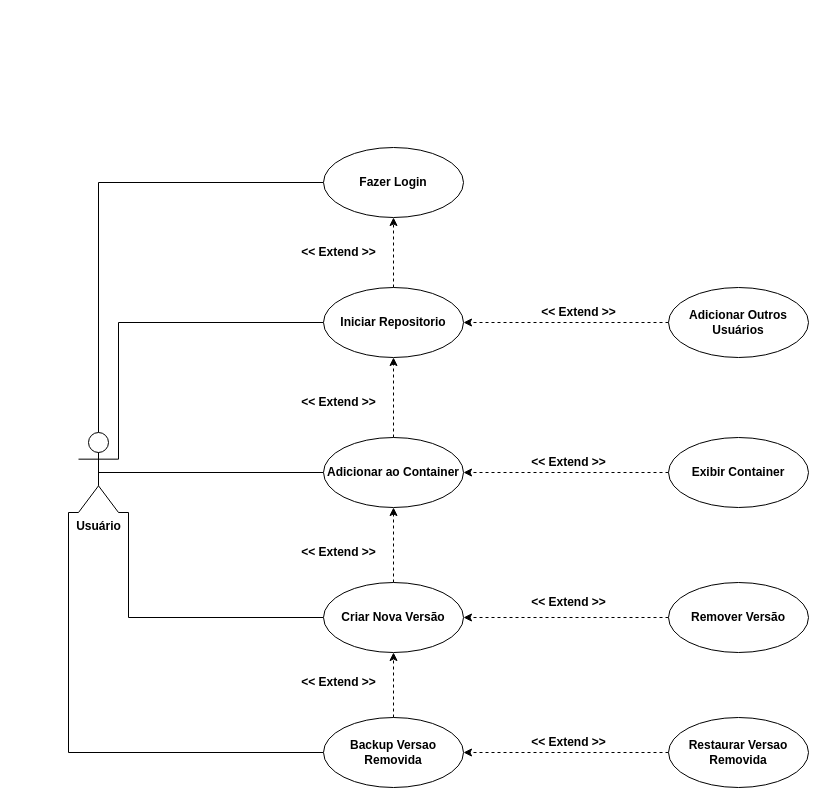
Earlier version of the draw.io diagram entrega/Untitled Diagram.drawio (devArchetype/CodeHub). Source tidied: cells renumbered, new cells numbered last; positions are measured from the earlier drawing's top-left corner, leaving out a move shared by most shapes. Both pictures are drawn from the tidied source at 100%, with x=0, y=0 at pixel (68, 147).
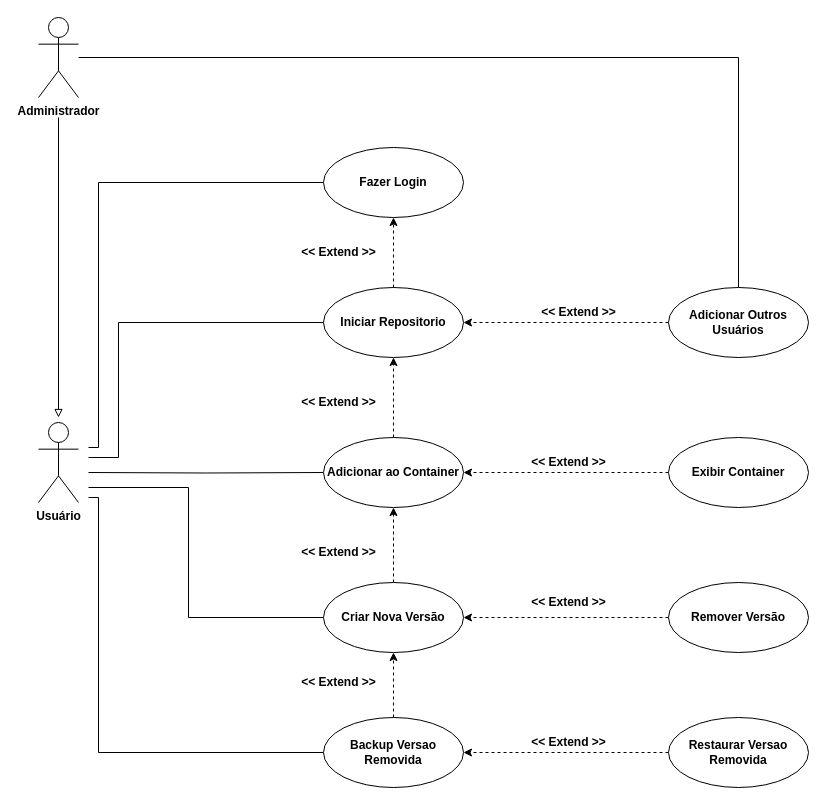
After the change.

Commit message (it also covers changes not shown here):
Atualiza diagramas na pasta entrega

The change refers to these unchanged cells:
```xml
<mxCell id="9" value="&lt;b&gt;Adicionar ao Container&lt;/b&gt;" style="ellipse;whiteSpace=wrap;html=1;" parent="1" vertex="1">
  <mxGeometry x="255" y="290" width="140" height="70" as="geometry" />
</mxCell>
<mxCell id="11" value="&lt;b&gt;Iniciar Repositorio&lt;/b&gt;" style="ellipse;whiteSpace=wrap;html=1;" parent="1" vertex="1">
  <mxGeometry x="255" y="140" width="140" height="70" as="geometry" />
</mxCell>
<mxCell id="12" value="&lt;b&gt;Fazer Login&lt;/b&gt;" style="ellipse;whiteSpace=wrap;html=1;" parent="1" vertex="1">
  <mxGeometry x="255" width="140" height="70" as="geometry" />
</mxCell>
<mxCell id="16" value="&lt;b&gt;Criar Nova Versão&lt;/b&gt;" style="ellipse;whiteSpace=wrap;html=1;" parent="1" vertex="1">
  <mxGeometry x="255" y="435" width="140" height="70" as="geometry" />
</mxCell>
<mxCell id="25" value="&lt;b&gt;Backup Versao Removida&lt;/b&gt;" style="ellipse;whiteSpace=wrap;html=1;" parent="1" vertex="1">
  <mxGeometry x="255" y="570" width="140" height="70" as="geometry" />
</mxCell>
<mxCell id="31" value="&lt;b&gt;Adicionar Outros Usuários&lt;/b&gt;" style="ellipse;whiteSpace=wrap;html=1;" parent="1" vertex="1">
  <mxGeometry x="600" y="140" width="140" height="70" as="geometry" />
</mxCell>
```

The edit, as a diff of the source:
```diff
@@
-    <mxCell id="2" style="edgeStyle=orthogonalEdgeStyle;rounded=0;jettySize=auto;html=1;exitX=0.5;exitY=0;exitDx=0;exitDy=0;exitPerimeter=0;entryX=0;entryY=0.5;entryDx=0;entryDy=0;endArrow=none;endFill=0;" parent="1" edge="1" source="7" target="12">
-      <mxGeometry relative="1" as="geometry" />
-    </mxCell>
-    <mxCell id="3" style="edgeStyle=orthogonalEdgeStyle;rounded=0;jettySize=auto;html=1;exitX=0.5;exitY=0.5;exitDx=0;exitDy=0;exitPerimeter=0;entryX=0;entryY=0.5;entryDx=0;entryDy=0;endArrow=none;endFill=0;" parent="1" edge="1" source="7" target="9">
-      <mxGeometry relative="1" as="geometry" />
+    <mxCell id="3" style="edgeStyle=orthogonalEdgeStyle;rounded=0;jettySize=auto;html=1;entryX=0;entryY=0.5;entryDx=0;entryDy=0;endArrow=none;endFill=0;" parent="1" edge="1" target="9">
+      <mxGeometry relative="1" as="geometry">
+        <mxPoint x="20" y="325" as="sourcePoint" />
+      </mxGeometry>
     </mxCell>
-    <mxCell id="4" style="edgeStyle=orthogonalEdgeStyle;rounded=0;jettySize=auto;html=1;exitX=1;exitY=1;exitDx=0;exitDy=0;exitPerimeter=0;entryX=0;entryY=0.5;entryDx=0;entryDy=0;endArrow=none;endFill=0;" parent="1" edge="1" source="7" target="16">
+    <mxCell id="4" style="edgeStyle=orthogonalEdgeStyle;rounded=0;jettySize=auto;html=1;entryX=0;entryY=0.5;entryDx=0;entryDy=0;endArrow=none;endFill=0;" parent="1" edge="1" target="16">
       <mxGeometry relative="1" as="geometry">
+        <mxPoint x="20" y="340" as="sourcePoint" />
         <Array as="points">
-          <mxPoint x="60" y="365" />
-          <mxPoint x="60" y="470" />
+          <mxPoint x="120" y="340" />
+          <mxPoint x="120" y="470" />
         </Array>
       </mxGeometry>
     </mxCell>
-    <mxCell id="5" style="edgeStyle=orthogonalEdgeStyle;rounded=0;jettySize=auto;html=1;exitX=1;exitY=0.3333333333333333;exitDx=0;exitDy=0;exitPerimeter=0;entryX=0;entryY=0.5;entryDx=0;entryDy=0;endArrow=none;endFill=0;" parent="1" edge="1" source="7" target="11">
+    <mxCell id="5" style="edgeStyle=orthogonalEdgeStyle;rounded=0;jettySize=auto;html=1;entryX=0;entryY=0.5;entryDx=0;entryDy=0;endArrow=none;endFill=0;" parent="1" edge="1" target="11">
       <mxGeometry relative="1" as="geometry">
+        <mxPoint x="20" y="310" as="sourcePoint" />
         <Array as="points">
+          <mxPoint x="20" y="310" />
+          <mxPoint x="50" y="310" />
           <mxPoint x="50" y="175" />
         </Array>
       </mxGeometry>
     </mxCell>
-    <mxCell id="6" style="edgeStyle=orthogonalEdgeStyle;rounded=0;jettySize=auto;html=1;exitX=0;exitY=1;exitDx=0;exitDy=0;exitPerimeter=0;entryX=0;entryY=0.5;entryDx=0;entryDy=0;endArrow=none;endFill=0;" parent="1" edge="1" source="7" target="25">
+    <mxCell id="6" style="edgeStyle=orthogonalEdgeStyle;rounded=0;jettySize=auto;html=1;entryX=0;entryY=0.5;entryDx=0;entryDy=0;endArrow=none;endFill=0;" parent="1" edge="1" target="25">
       <mxGeometry relative="1" as="geometry">
+        <mxPoint x="20" y="350" as="sourcePoint" />
         <Array as="points">
-          <mxPoint y="365" />
-          <mxPoint y="605" />
+          <mxPoint x="30" y="605" />
         </Array>
       </mxGeometry>
     </mxCell>
     <mxCell id="7" value="&lt;b&gt;Usuário&lt;/b&gt;" style="shape=umlActor;verticalLabelPosition=bottom;verticalAlign=top;html=1;outlineConnect=0;" parent="1" vertex="1">
-      <mxGeometry x="10" y="285" width="40" height="80" as="geometry" />
+      <mxGeometry x="-30" y="275" width="40" height="80" as="geometry" />
     </mxCell>
@@
+    <mxCell id="33" style="edgeStyle=orthogonalEdgeStyle;rounded=0;jettySize=auto;html=1;exitX=0;exitY=0.5;exitDx=0;exitDy=0;endArrow=none;endFill=0;" parent="1" edge="1" source="12">
+      <mxGeometry relative="1" as="geometry">
+        <mxPoint x="20" y="300" as="targetPoint" />
+        <Array as="points">
+          <mxPoint x="30" y="35" />
+          <mxPoint x="30" y="300" />
+          <mxPoint x="20" y="300" />
+        </Array>
+      </mxGeometry>
+    </mxCell>
@@
+    <mxCell id="34" style="edgeStyle=orthogonalEdgeStyle;rounded=0;orthogonalLoop=1;jettySize=auto;html=1;endArrow=block;endFill=0;" parent="1" edge="1">
+      <mxGeometry relative="1" as="geometry">
+        <mxPoint x="-10" y="-30" as="sourcePoint" />
+        <mxPoint x="-10" y="270" as="targetPoint" />
+      </mxGeometry>
+    </mxCell>
+    <mxCell id="35" style="edgeStyle=orthogonalEdgeStyle;rounded=0;jettySize=auto;html=1;entryX=0.5;entryY=0;entryDx=0;entryDy=0;endArrow=none;endFill=0;" parent="1" edge="1" source="36" target="31">
+      <mxGeometry relative="1" as="geometry" />
+    </mxCell>
+    <mxCell id="36" value="&lt;b&gt;Administrador&lt;/b&gt;" style="shape=umlActor;verticalLabelPosition=bottom;verticalAlign=top;html=1;outlineConnect=0;" parent="1" vertex="1">
+      <mxGeometry x="-30" y="-130" width="40" height="80" as="geometry" />
+    </mxCell>
```
